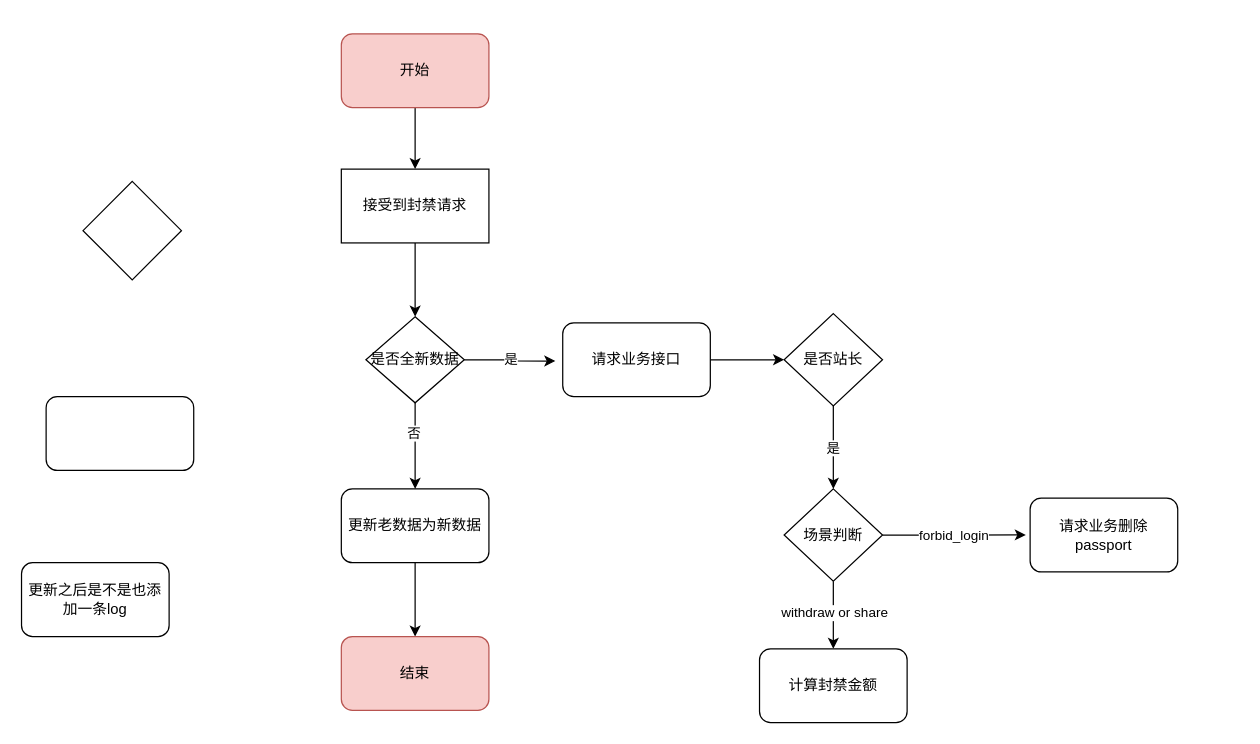
The draw.io diagram 黑库流程图.drawio in lishuai-0/picture_source_file_draw_io, before the edit. Source tidied: cells renumbered, new cells numbered last; positions are measured from the earlier drawing's top-left corner, leaving out a move shared by most shapes. Both pictures are drawn from the tidied source at 123%, with x=0, y=0 at pixel (21, 33).
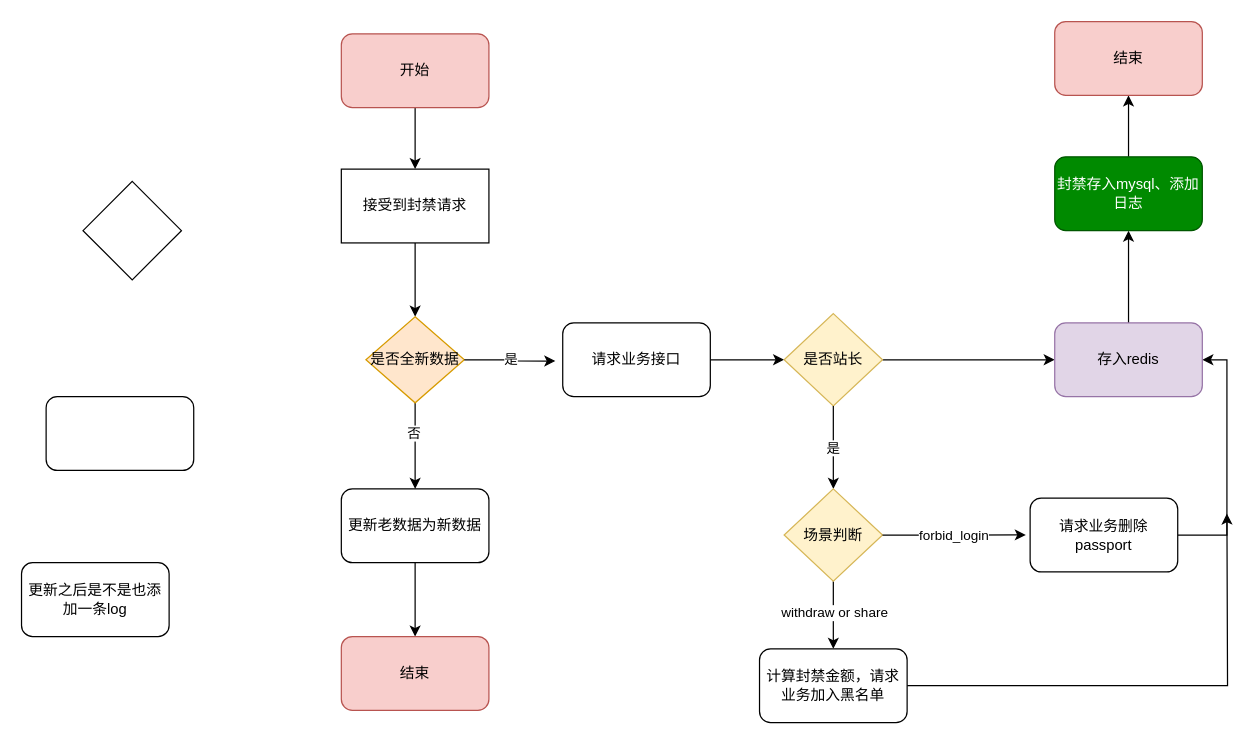
The same page after the edit.

Commit message (it also covers changes not shown here):
更新黑库流程图.drawio

The change refers to these unchanged cells:
```xml
<mxCell id="24" value="请求业务删除passport" style="rounded=1;whiteSpace=wrap;html=1;" parent="1" vertex="1">
  <mxGeometry x="820" y="377.5" width="120" height="60" as="geometry" />
</mxCell>
```

The edit, as a diff of the source:
```diff
@@
-    <mxCell id="6" value="是否全新数据" style="rhombus;whiteSpace=wrap;html=1;" parent="1" vertex="1">
+    <mxCell id="6" value="是否全新数据" style="rhombus;whiteSpace=wrap;html=1;fillColor=#ffe6cc;strokeColor=#d79b00;" parent="1" vertex="1">
       <mxGeometry x="280" y="230" width="80" height="70" as="geometry" />
     </mxCell>
@@
+    <mxCell id="26" style="edgeStyle=orthogonalEdgeStyle;rounded=0;jettySize=auto;html=1;exitX=1;exitY=0.5;exitDx=0;exitDy=0;entryX=0;entryY=0.5;entryDx=0;entryDy=0;" parent="1" edge="1" source="12" target="30">
+      <mxGeometry relative="1" as="geometry" />
+    </mxCell>
-    <mxCell id="12" value="是否站长" style="rhombus;whiteSpace=wrap;html=1;" parent="1" vertex="1">
+    <mxCell id="12" value="是否站长" style="rhombus;whiteSpace=wrap;html=1;fillColor=#fff2cc;strokeColor=#d6b656;" parent="1" vertex="1">
       <mxGeometry x="620" y="227.5" width="80" height="75" as="geometry" />
     </mxCell>
@@
-    <mxCell id="22" value="场景判断" style="rhombus;whiteSpace=wrap;html=1;" parent="1" vertex="1">
+    <mxCell id="22" value="场景判断" style="rhombus;whiteSpace=wrap;html=1;fillColor=#fff2cc;strokeColor=#d6b656;" parent="1" vertex="1">
       <mxGeometry x="620" y="370" width="80" height="75" as="geometry" />
     </mxCell>
+    <mxCell id="27" style="edgeStyle=orthogonalEdgeStyle;rounded=0;jettySize=auto;html=1;exitX=1;exitY=0.5;exitDx=0;exitDy=0;" parent="1" edge="1" source="23">
+      <mxGeometry relative="1" as="geometry">
+        <mxPoint x="980" y="390" as="targetPoint" />
+      </mxGeometry>
+    </mxCell>
-    <mxCell id="23" value="计算封禁金额" style="rounded=1;whiteSpace=wrap;html=1;" parent="1" vertex="1">
+    <mxCell id="23" value="计算封禁金额，请求业务加入黑名单" style="rounded=1;whiteSpace=wrap;html=1;" parent="1" vertex="1">
       <mxGeometry x="600" y="500" width="120" height="60" as="geometry" />
     </mxCell>
+    <mxCell id="28" style="edgeStyle=orthogonalEdgeStyle;rounded=0;jettySize=auto;html=1;exitX=1;exitY=0.5;exitDx=0;exitDy=0;entryX=1;entryY=0.5;entryDx=0;entryDy=0;" parent="1" edge="1" source="24" target="30">
+      <mxGeometry relative="1" as="geometry" />
+    </mxCell>
@@
+    <mxCell id="29" style="edgeStyle=orthogonalEdgeStyle;rounded=0;jettySize=auto;html=1;exitX=0.5;exitY=0;exitDx=0;exitDy=0;" parent="1" edge="1" source="30" target="32">
+      <mxGeometry relative="1" as="geometry" />
+    </mxCell>
+    <mxCell id="30" value="存入redis" style="rounded=1;whiteSpace=wrap;html=1;fillColor=#e1d5e7;strokeColor=#9673a6;" parent="1" vertex="1">
+      <mxGeometry x="840" y="235" width="120" height="60" as="geometry" />
+    </mxCell>
+    <mxCell id="31" style="edgeStyle=orthogonalEdgeStyle;rounded=0;jettySize=auto;html=1;exitX=0.5;exitY=0;exitDx=0;exitDy=0;" parent="1" edge="1" source="32" target="33">
+      <mxGeometry relative="1" as="geometry" />
+    </mxCell>
+    <mxCell id="32" value="封禁存入mysql、添加日志" style="rounded=1;whiteSpace=wrap;html=1;fillColor=#008a00;fontColor=#ffffff;strokeColor=#005700;" parent="1" vertex="1">
+      <mxGeometry x="840" y="100" width="120" height="60" as="geometry" />
+    </mxCell>
+    <mxCell id="33" value="结束" style="rounded=1;whiteSpace=wrap;html=1;fillColor=#f8cecc;strokeColor=#b85450;" parent="1" vertex="1">
+      <mxGeometry x="840" y="-10" width="120" height="60" as="geometry" />
+    </mxCell>
```
